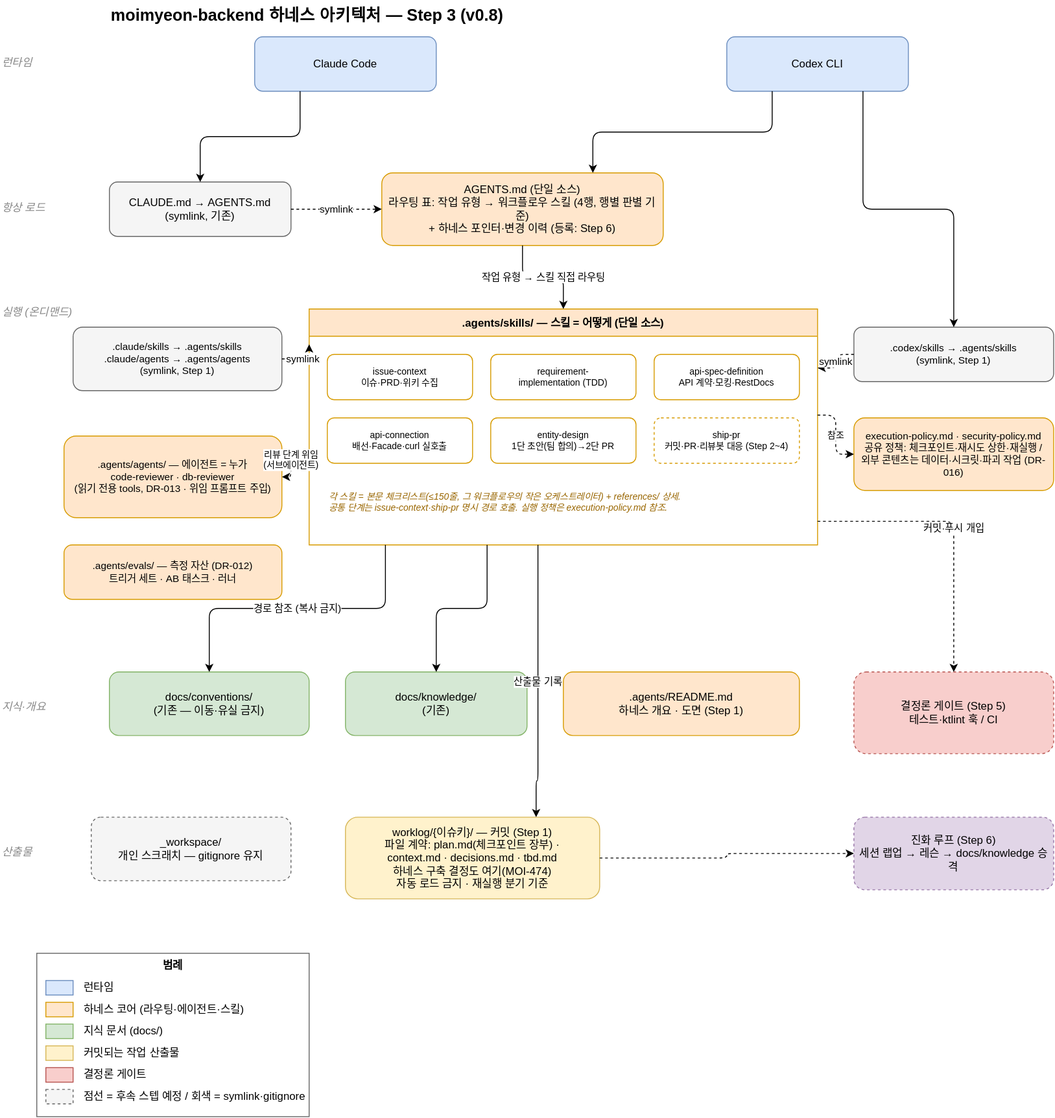
This is .agents/harness-architecture.drawio.svg from 100Thieves-team/moimyeon-backend, a draw.io export, as it was before one commit. Source tidied: cells renumbered, new cells last; positions are measured from the earlier drawing's top-left corner, leaving out a move shared by most shapes.
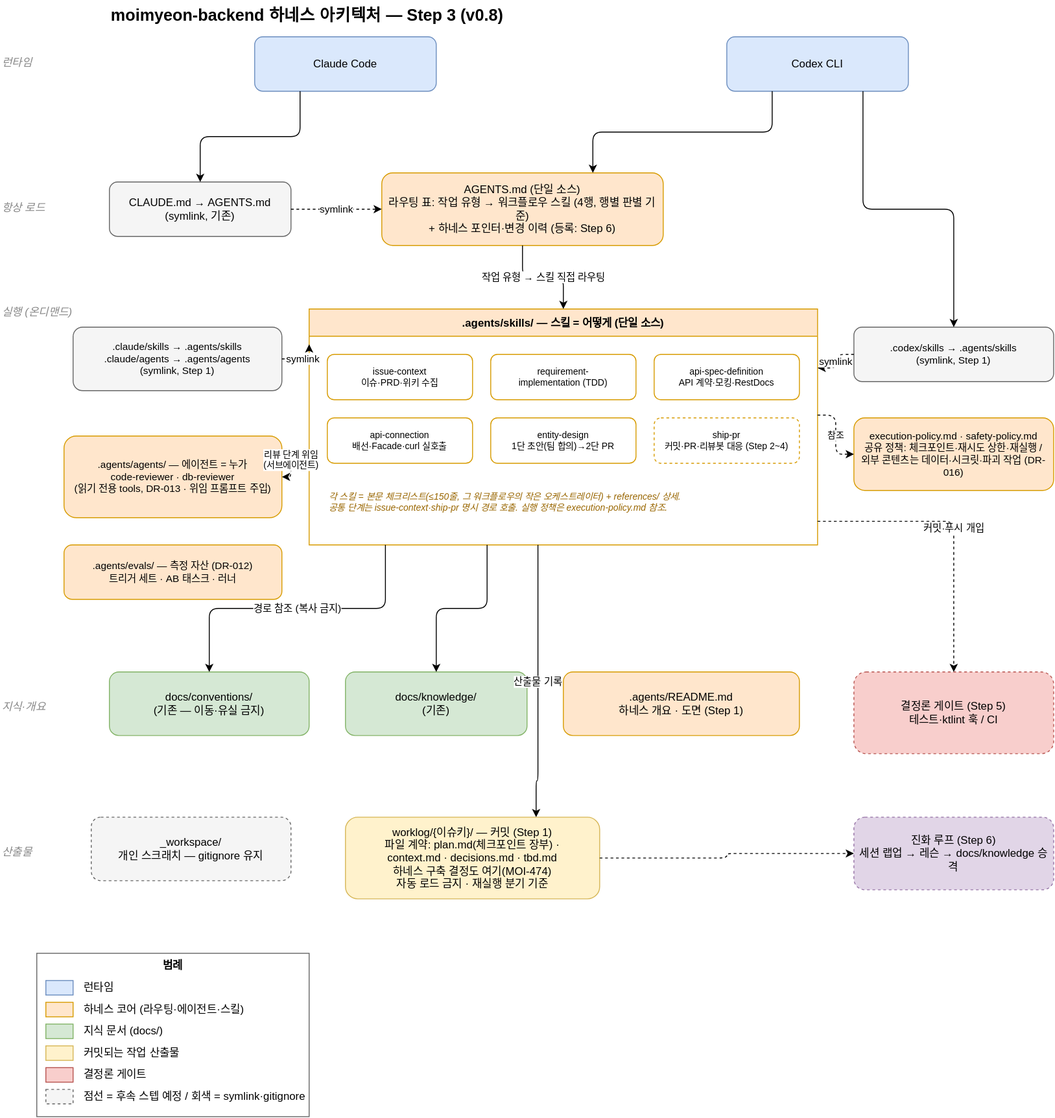
The same diagram one commit later.

Commit message:
chore(harness): security-policy를 safety-policy로 개명 (MOI-474)

What changed in the source:
```diff
@@ -62,7 +62,7 @@
     <mxCell id="21" value="각 스킬 = 본문 체크리스트(≤150줄, 그 워크플로우의 작은 오케스트레이터) + references/ 상세.&#10;공통 단계는 issue-context·ship-pr 명시 경로 호출. 실행 정책은 execution-policy.md 참조." style="text;html=1;align=left;verticalAlign=middle;fontSize=10;fontStyle=2;fontColor=#996600;" parent="14" vertex="1">
       <mxGeometry x="20" y="185" width="520" height="55" as="geometry" />
     </mxCell>
-    <mxCell id="22" value="execution-policy.md · security-policy.md&#10;공유 정책: 체크포인트·재시도 상한·재실행 /&#10;외부 콘텐츠는 데이터·시크릿·파괴 작업 (DR-016)" style="rounded=1;whiteSpace=wrap;html=1;fillColor=#ffe6cc;strokeColor=#d79b00;fontSize=11;" parent="1" vertex="1">
+    <mxCell id="22" value="execution-policy.md · safety-policy.md&#10;공유 정책: 체크포인트·재시도 상한·재실행 /&#10;외부 콘텐츠는 데이터·시크릿·파괴 작업 (DR-016)" style="rounded=1;whiteSpace=wrap;html=1;fillColor=#ffe6cc;strokeColor=#d79b00;fontSize=11;" parent="1" vertex="1">
       <mxGeometry x="940" y="460" width="220" height="80" as="geometry" />
     </mxCell>
     <mxCell id="23" value="참조" style="edgeStyle=orthogonalEdgeStyle;rounded=1;jettySize=auto;html=1;dashed=1;exitX=1;exitY=0.45;exitDx=0;exitDy=0;entryX=0;entryY=0.5;entryDx=0;entryDy=0;labelBackgroundColor=#ffffff;fontSize=10;" parent="1" edge="1" source="14" target="22">
```
